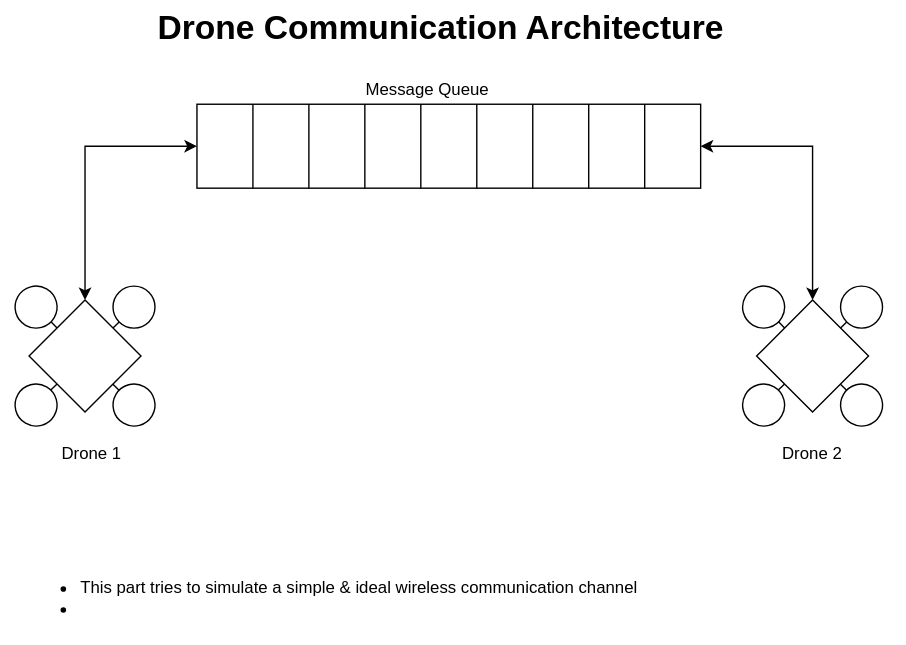
The draw.io diagram comms_sys.drawio.svg in Kapi2910/UTM, before a commit. Source tidied: cells renumbered, new cells last; positions are measured from the earlier drawing's top-left corner, leaving out a move shared by most shapes.
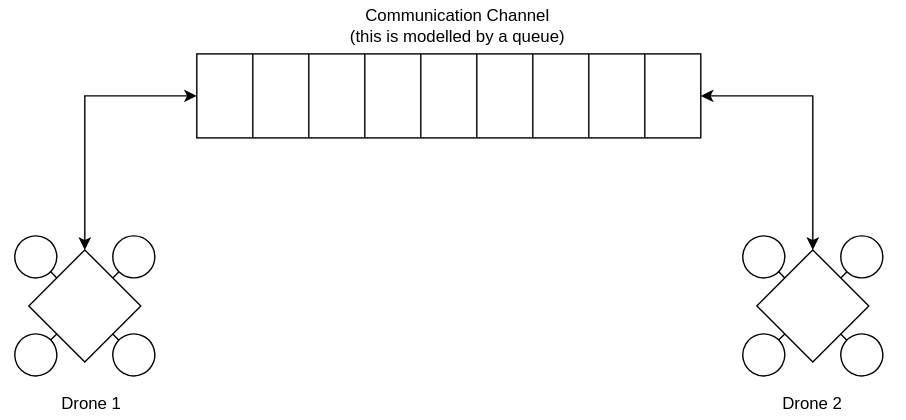
Above is the later version.

The edit, as a diff of the source:
```diff
@@ -122,12 +122,9 @@
         </Array>
       </mxGeometry>
     </mxCell>
-    <mxCell id="31" value="Drone Communication Architecture" style="text;strokeColor=none;fillColor=none;html=1;fontSize=24;fontStyle=1;verticalAlign=middle;align=center;" parent="1" vertex="1">
-      <mxGeometry x="264" width="100" height="40" as="geometry" />
-    </mxCell>
-    <object id="32" label="Message Queue" name="Variable" placeholders="1">
+    <object id="32" label="Communication Channel&lt;br&gt;(this is modelled by a queue)" name="Variable" placeholders="1">
       <mxCell style="text;html=1;strokeColor=none;fillColor=none;align=center;verticalAlign=middle;whiteSpace=wrap;overflow=hidden;" parent="1" vertex="1">
-        <mxGeometry x="240" y="54" width="130" height="20" as="geometry" />
+        <mxGeometry x="212" y="36" width="229" height="35" as="geometry" />
       </mxCell>
     </object>
     <object id="33" label="Drone 1" name="Variable" placeholders="1">
@@ -140,8 +137,5 @@
         <mxGeometry x="515" y="314" width="130" height="20" as="geometry" />
       </mxCell>
     </object>
-    <mxCell id="35" value="&lt;ul&gt;&lt;li&gt;This part tries to simulate a simple &amp;amp; ideal wireless communication channel&lt;/li&gt;&lt;li&gt;&lt;br&gt;&lt;/li&gt;&lt;/ul&gt;" style="text;html=1;align=left;verticalAlign=middle;strokeColor=none;fillColor=none;" parent="1" vertex="1">
-      <mxGeometry x="15" y="394" width="456" height="65" as="geometry" />
-    </mxCell>
   </root>
 </mxGraphModel>
```
